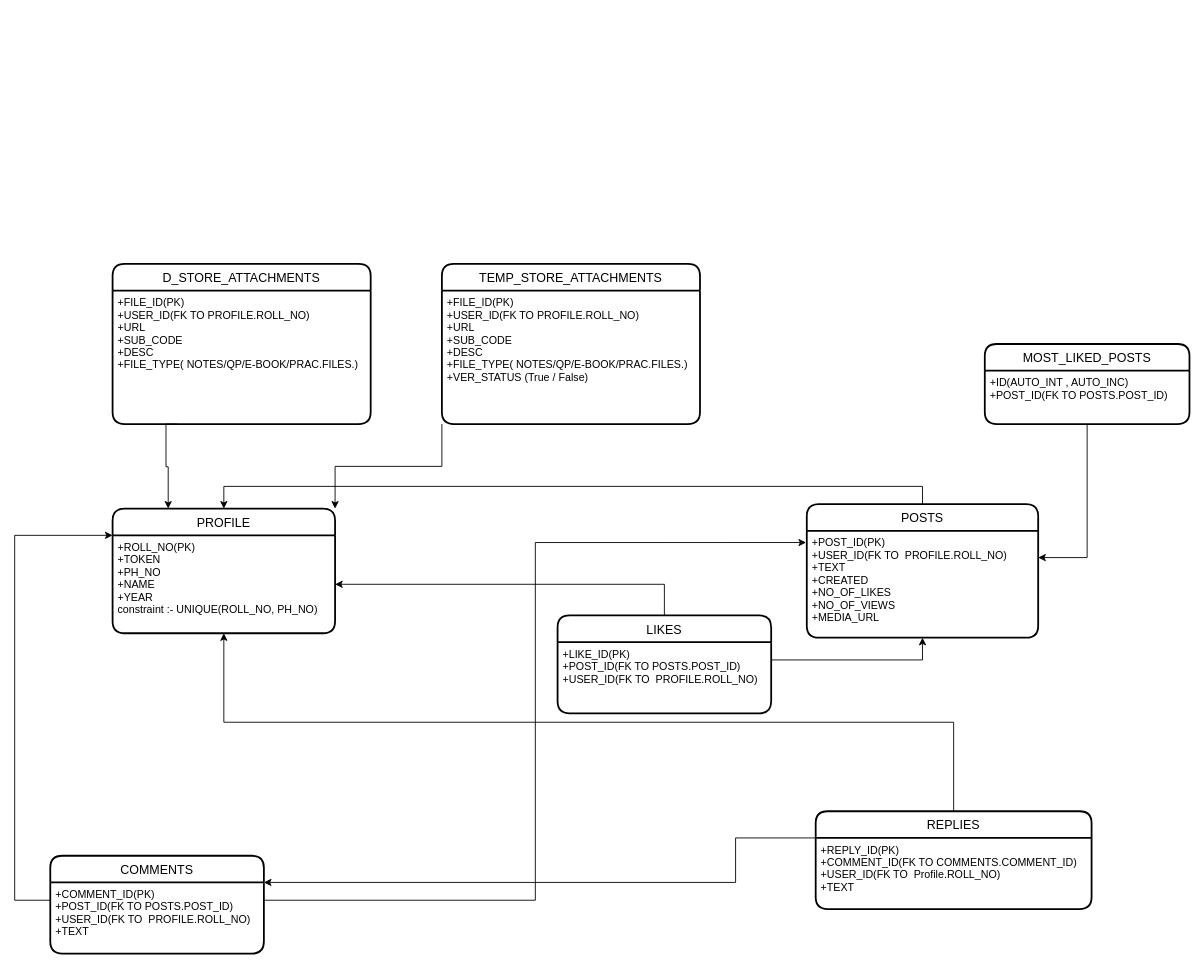
This is Untitled Diagram.drawio from harsh098/diagrams, a draw.io file, before an edit. Source tidied: cells renumbered, new cells numbered last; positions are measured from the earlier drawing's top-left corner, leaving out a move shared by most shapes. Both pictures are drawn from the tidied source at 89%, with x=0, y=0 at pixel (14, 263).
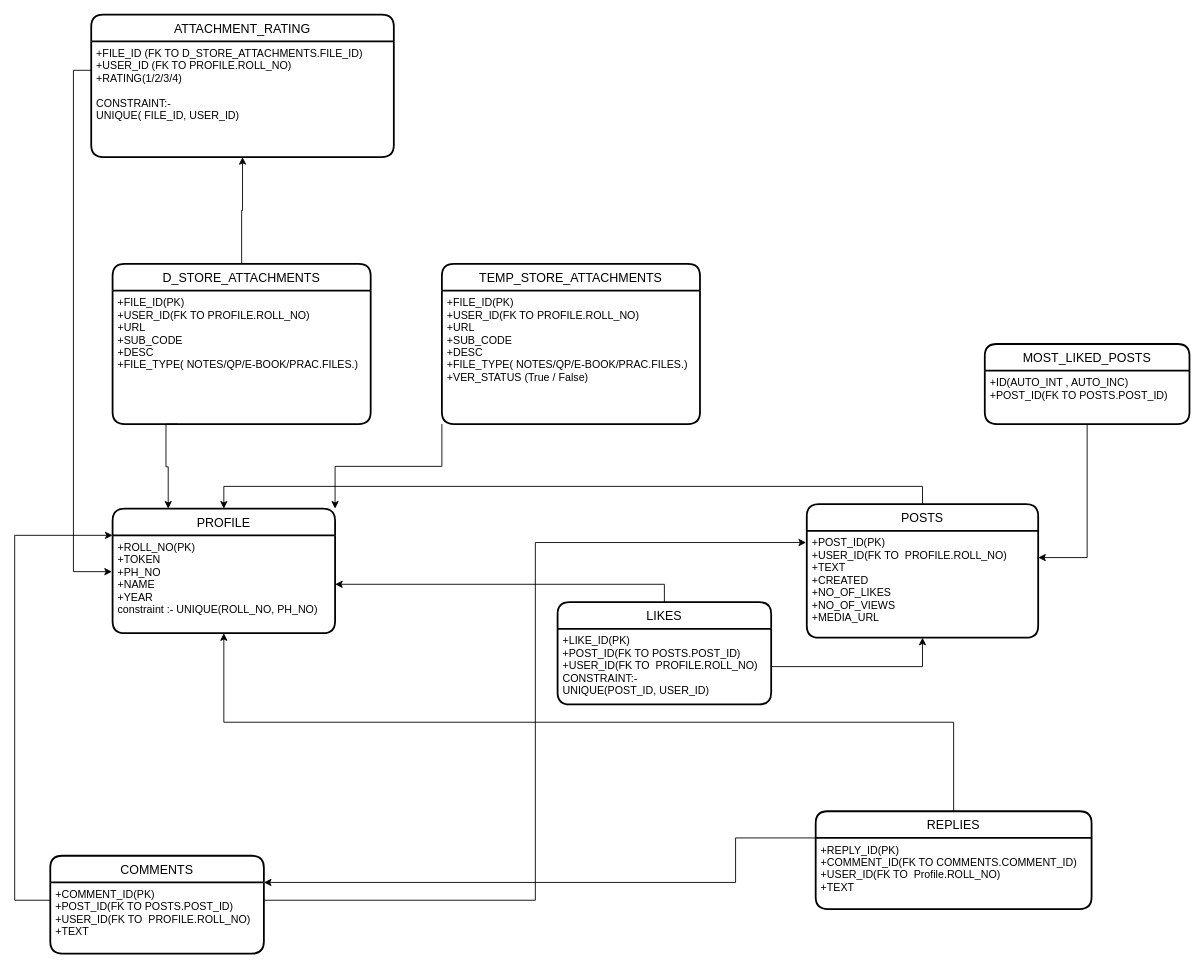
The same diagram, later.

Unchanged cells that the change refers to:
```xml
<mxCell id="3" value="+ROLL_NO(PK)&#10;+TOKEN&#10;+PH_NO&#10;+NAME&#10;+YEAR&#10;constraint :- UNIQUE(ROLL_NO, PH_NO)" style="align=left;strokeColor=none;fillColor=none;spacingLeft=4;fontSize=12;verticalAlign=top;" parent="2" vertex="1">
  <mxGeometry y="30" width="250" height="110" as="geometry" />
</mxCell>
<mxCell id="6" value="+POST_ID(PK)&#10;+USER_ID(FK TO  PROFILE.ROLL_NO)&#10;+TEXT&#10;+CREATED&#10;+NO_OF_LIKES&#10;+NO_OF_VIEWS&#10;+MEDIA_URL" style="align=left;strokeColor=none;fillColor=none;spacingLeft=4;fontSize=12;verticalAlign=top;" parent="5" vertex="1">
  <mxGeometry y="30" width="260" height="120" as="geometry" />
</mxCell>
<mxCell id="19" value="D_STORE_ATTACHMENTS" style="swimlane;horizontal=1;startSize=30;rounded=1;fontSize=14;fontStyle=0;strokeWidth=2;shadow=0;dashed=0;align=center;" parent="1" vertex="1">
  <mxGeometry x="110" width="290" height="180" as="geometry" />
</mxCell>
```

What changed in the source:
```diff
@@
     <mxCell id="16" value="LIKES" style="swimlane;horizontal=1;startSize=30;rounded=1;fontSize=14;fontStyle=0;strokeWidth=2;shadow=0;dashed=0;align=center;" parent="1" vertex="1">
-      <mxGeometry x="610" y="395" width="240" height="110" as="geometry" />
+      <mxGeometry x="610" y="380" width="240" height="115" as="geometry" />
     </mxCell>
-    <mxCell id="17" value="+LIKE_ID(PK)&#10;+POST_ID(FK TO POSTS.POST_ID)&#10;+USER_ID(FK TO  PROFILE.ROLL_NO)" style="align=left;strokeColor=none;fillColor=none;spacingLeft=4;fontSize=12;verticalAlign=top;" parent="16" vertex="1">
-      <mxGeometry y="30" width="240" height="80" as="geometry" />
+    <mxCell id="17" value="+LIKE_ID(PK)&#10;+POST_ID(FK TO POSTS.POST_ID)&#10;+USER_ID(FK TO  PROFILE.ROLL_NO)&#10;CONSTRAINT:-&#10;UNIQUE(POST_ID, USER_ID)" style="align=left;strokeColor=none;fillColor=none;spacingLeft=4;fontSize=12;verticalAlign=top;" parent="16" vertex="1">
+      <mxGeometry y="30" width="240" height="85" as="geometry" />
     </mxCell>
-    <mxCell id="18" style="edgeStyle=orthogonalEdgeStyle;rounded=0;jettySize=auto;html=1;exitX=1;exitY=0.25;exitDx=0;exitDy=0;entryX=0.5;entryY=1;entryDx=0;entryDy=0;" parent="1" edge="1" source="17" target="6">
-      <mxGeometry relative="1" as="geometry" />
-    </mxCell>
+    <mxCell id="28" style="edgeStyle=orthogonalEdgeStyle;rounded=0;jettySize=auto;html=1;exitX=0.5;exitY=0;exitDx=0;exitDy=0;entryX=0.5;entryY=1;entryDx=0;entryDy=0;" parent="1" edge="1" source="19" target="30">
+      <mxGeometry relative="1" as="geometry" />
+    </mxCell>
@@
-    <mxCell id="20" value="+FILE_ID(PK)&#10;+USER_ID(FK TO PROFILE.ROLL_NO)&#10;+URL&#10;+SUB_CODE&#10;+DESC&#10;+FILE_TYPE( NOTES/QP/E-BOOK/PRAC.FILES.)" style="align=left;strokeColor=none;fillColor=none;spacingLeft=4;fontSize=12;verticalAlign=top;" parent="19" vertex="1">
+    <mxCell id="20" value="+FILE_ID(PK)&#10;+USER_ID(FK TO PROFILE.ROLL_NO)&#10;+URL&#10;+SUB_CODE&#10;+DESC&#10;+FILE_TYPE( NOTES/QP/E-BOOK/PRAC.FILES.)&#10;" style="align=left;strokeColor=none;fillColor=none;spacingLeft=4;fontSize=12;verticalAlign=top;" parent="19" vertex="1">
       <mxGeometry y="30" width="290" height="150" as="geometry" />
     </mxCell>
@@
+    <mxCell id="29" value="ATTACHMENT_RATING" style="swimlane;horizontal=1;startSize=30;rounded=1;fontSize=14;fontStyle=0;strokeWidth=2;shadow=0;dashed=0;align=center;" parent="1" vertex="1">
+      <mxGeometry x="86" y="-280" width="340" height="160" as="geometry" />
+    </mxCell>
+    <mxCell id="30" value="+FILE_ID (FK TO D_STORE_ATTACHMENTS.FILE_ID)&#10;+USER_ID (FK TO PROFILE.ROLL_NO)&#10;+RATING(1/2/3/4)&#10;&#10;CONSTRAINT:-&#10;UNIQUE( FILE_ID, USER_ID)" style="align=left;strokeColor=none;fillColor=none;spacingLeft=4;fontSize=12;verticalAlign=top;" parent="29" vertex="1">
+      <mxGeometry y="30" width="340" height="130" as="geometry" />
+    </mxCell>
+    <mxCell id="31" style="edgeStyle=orthogonalEdgeStyle;rounded=0;jettySize=auto;html=1;exitX=0;exitY=0.25;exitDx=0;exitDy=0;entryX=-0.003;entryY=0.371;entryDx=0;entryDy=0;entryPerimeter=0;" parent="1" edge="1" source="30" target="3">
+      <mxGeometry relative="1" as="geometry" />
+    </mxCell>
+    <mxCell id="18" style="edgeStyle=orthogonalEdgeStyle;rounded=0;jettySize=auto;html=1;exitX=1;exitY=0.5;exitDx=0;exitDy=0;entryX=0.5;entryY=1;entryDx=0;entryDy=0;" parent="1" edge="1" source="17" target="6">
+      <mxGeometry relative="1" as="geometry" />
+    </mxCell>
```
